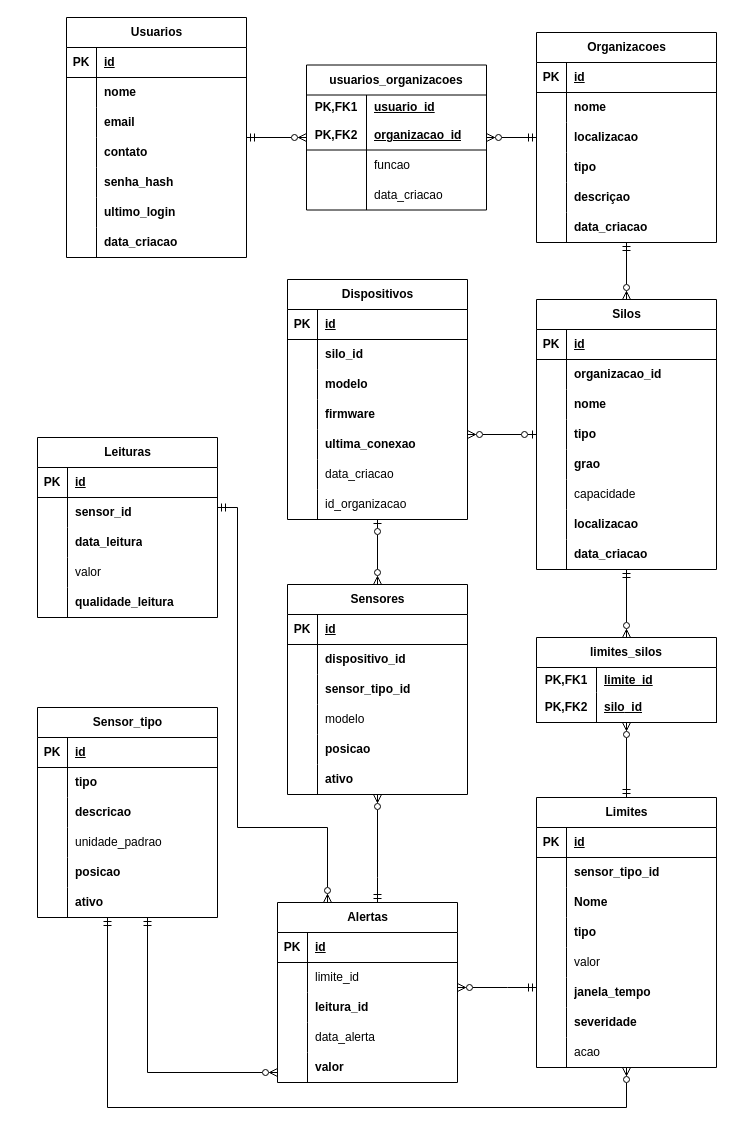
This is modelo_de_dados.drawio from DevSolto/PI-Senac-BACKEND, a draw.io file, before an edit. Source tidied: cells renumbered, new cells numbered last; positions are measured from the earlier drawing's top-left corner, leaving out a move shared by most shapes. Both pictures are drawn from the tidied source at 100%, with x=0, y=0 at pixel (37, 17).
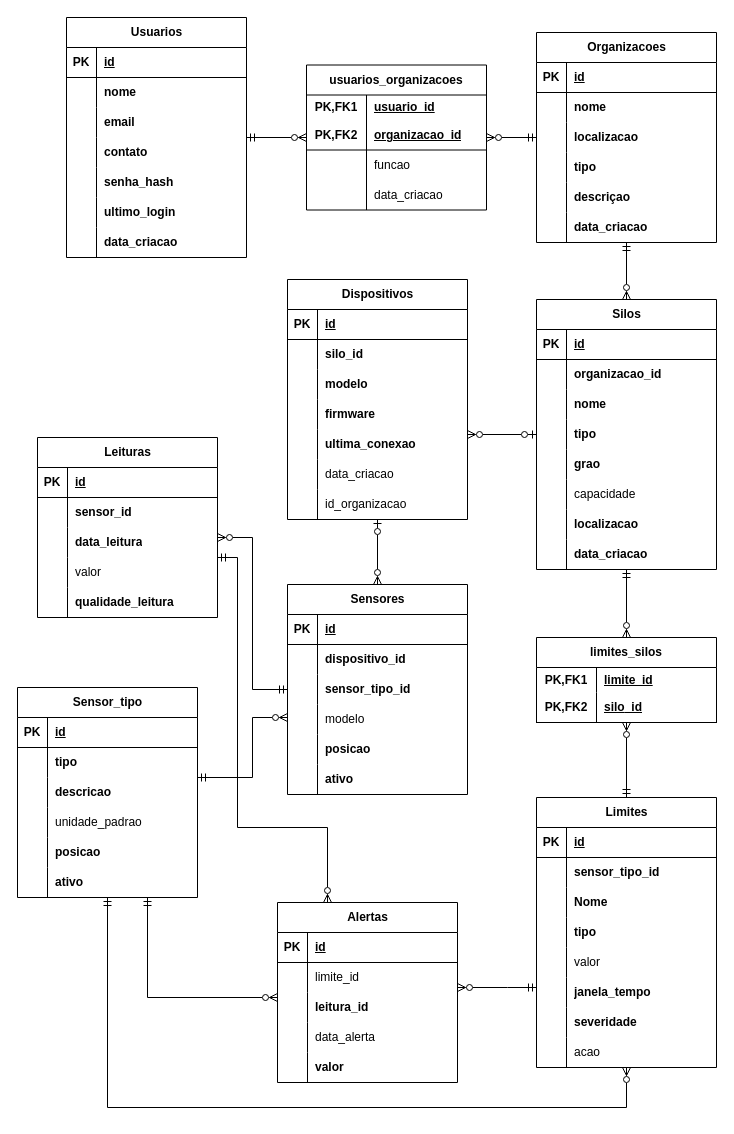
After the change.

The change refers to these unchanged cells:
```xml
<mxCell id="110" value="Sensores" style="shape=table;startSize=30;childLayout=tableLayout;rowLines=0;fontStyle=1;align=center;html=1;" parent="1" vertex="1">
  <mxGeometry x="250" y="567" width="180" height="210" as="geometry" />
</mxCell>
<mxCell id="150" value="Leituras" style="shape=table;startSize=30;childLayout=tableLayout;rowLines=0;fontStyle=1;align=center;html=1;" parent="1" vertex="1">
  <mxGeometry y="420" width="180" height="180" as="geometry" />
</mxCell>
<mxCell id="201" value="&lt;div&gt;Alertas&lt;/div&gt;" style="shape=table;startSize=30;childLayout=tableLayout;rowLines=0;fontStyle=1;align=center;html=1;" parent="1" vertex="1">
  <mxGeometry x="240" y="885" width="180" height="180" as="geometry" />
</mxCell>
```

What changed in the source:
```diff
@@
     <mxCell id="109" style="edgeStyle=orthogonalEdgeStyle;rounded=0;jettySize=auto;html=1;endArrow=ERzeroToMany;endFill=0;startArrow=ERmandOne;startFill=0;" parent="1" edge="1" source="150" target="201">
       <mxGeometry relative="1" as="geometry">
         <Array as="points">
-          <mxPoint x="200" y="490" />
+          <mxPoint x="200" y="540" />
           <mxPoint x="200" y="810" />
           <mxPoint x="290" y="810" />
         </Array>
       </mxGeometry>
     </mxCell>
+    <mxCell id="217" style="edgeStyle=orthogonalEdgeStyle;rounded=0;jettySize=auto;html=1;endArrow=ERzeroToMany;endFill=0;startArrow=ERmandOne;startFill=0;" parent="1" edge="1" source="110" target="150">
+      <mxGeometry relative="1" as="geometry">
+        <Array as="points">
+          <mxPoint x="215" y="672" />
+          <mxPoint x="215" y="520" />
+        </Array>
+      </mxGeometry>
+    </mxCell>
+    <mxCell id="218" style="edgeStyle=orthogonalEdgeStyle;rounded=0;jettySize=auto;html=1;endArrow=ERmandOne;endFill=0;startArrow=ERzeroToMany;startFill=0;" parent="1" edge="1" source="110" target="131">
+      <mxGeometry relative="1" as="geometry">
+        <Array as="points">
+          <mxPoint x="215" y="700" />
+          <mxPoint x="215" y="760" />
+        </Array>
+      </mxGeometry>
+    </mxCell>
@@
-    <mxCell id="129" style="edgeStyle=orthogonalEdgeStyle;rounded=0;jettySize=auto;html=1;endArrow=ERzeroToMany;endFill=0;startArrow=ERmandOne;startFill=0;" parent="1" edge="1" source="201" target="110">
-      <mxGeometry relative="1" as="geometry">
-        <Array as="points">
-          <mxPoint x="340" y="860" />
-          <mxPoint x="340" y="860" />
-        </Array>
-      </mxGeometry>
-    </mxCell>
@@
     <mxCell id="131" value="Sensor_tipo" style="shape=table;startSize=30;childLayout=tableLayout;rowLines=0;fontStyle=1;align=center;html=1;" parent="1" vertex="1">
-      <mxGeometry y="690" width="180" height="210" as="geometry" />
+      <mxGeometry x="-20" y="670" width="180" height="210" as="geometry" />
     </mxCell>
@@
     <mxCell id="200" style="edgeStyle=orthogonalEdgeStyle;rounded=0;jettySize=auto;html=1;endArrow=ERzeroToMany;endFill=0;startArrow=ERmandOne;startFill=0;" parent="1" edge="1" source="131" target="201">
       <mxGeometry relative="1" as="geometry">
         <Array as="points">
-          <mxPoint x="110" y="1055" />
+          <mxPoint x="110" y="980" />
         </Array>
       </mxGeometry>
     </mxCell>
```
